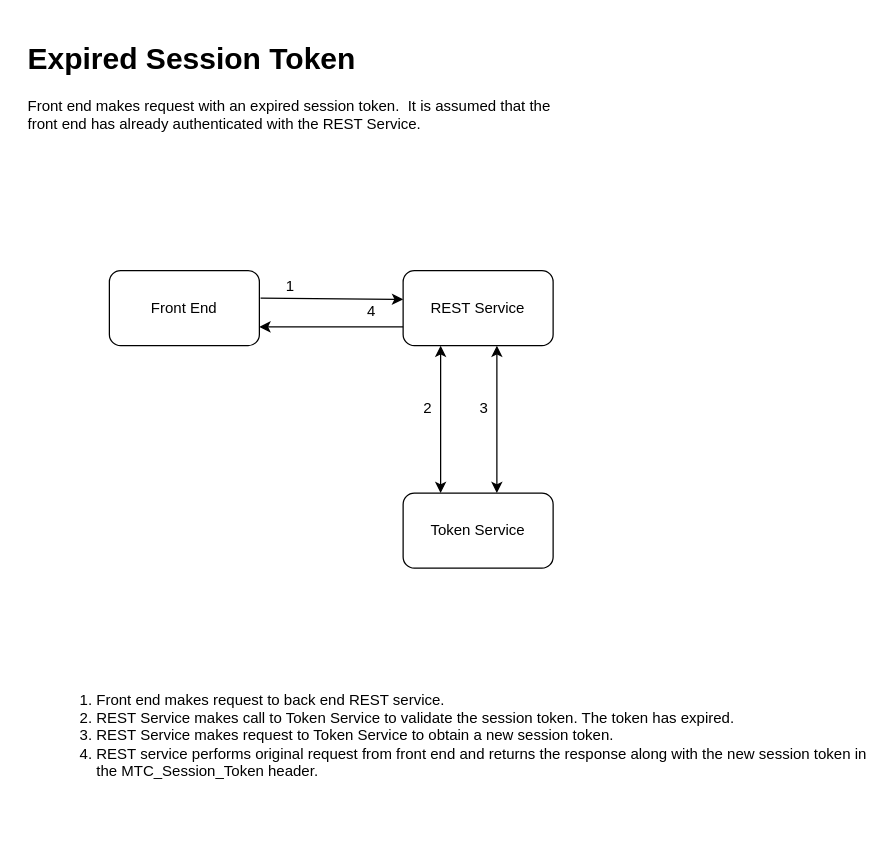
Above: page "Page-4" (4 of 7) of SessionTokenFlow.drawio in bbarrington42/token-service-flows (draw.io), before the change. Source tidied: cells renumbered, new cells numbered last; positions are measured from the earlier drawing's top-left corner, leaving out a move shared by most shapes. Both pictures are drawn from the tidied source at 125%, with x=0, y=0 at pixel (21, 34).
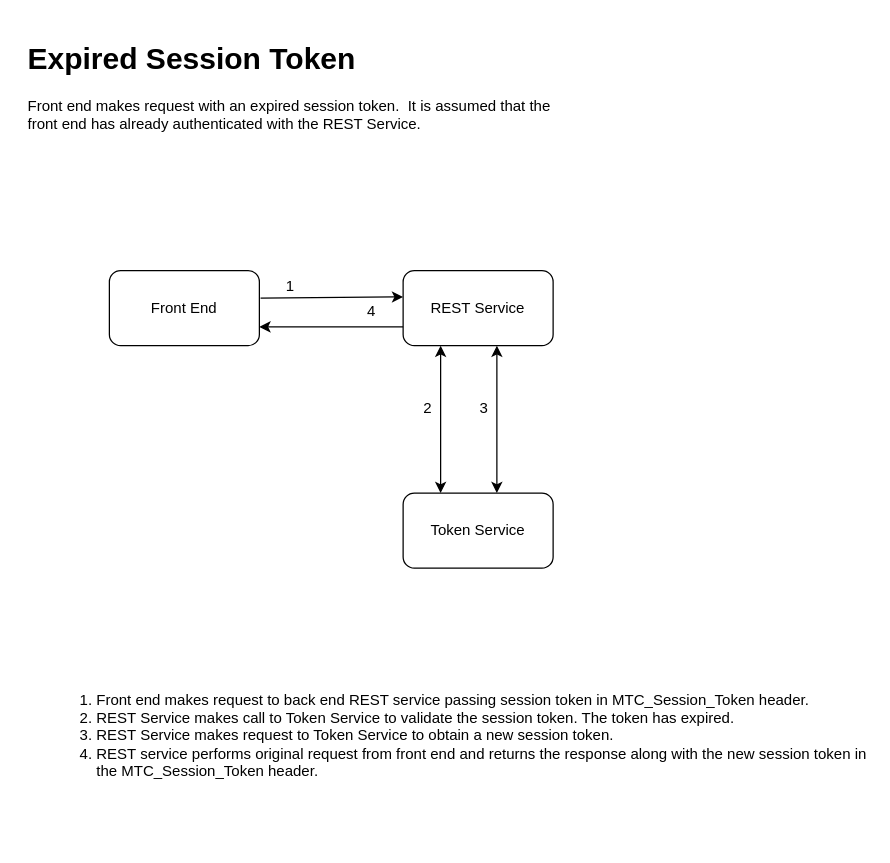
The same diagram, later.

Change to the diagram source:
```diff
@@
 <mxGraphModel>
   <root>
     <mxCell id="0" />
     <mxCell id="1" parent="0" />
-    <mxCell id="2" value="&lt;ol&gt;&lt;li&gt;Front end makes request to back end REST service.&lt;/li&gt;&lt;li&gt;REST Service makes call to Token Service to validate the session token. The token has expired.&lt;/li&gt;&lt;li&gt;REST Service makes request to Token Service to obtain a new session token.&lt;/li&gt;&lt;li&gt;REST service performs original request from front end and returns the response along with the new session token in the MTC_Session_Token header.&amp;nbsp;&lt;/li&gt;&lt;/ol&gt;" style="text;strokeColor=none;fillColor=none;html=1;whiteSpace=wrap;verticalAlign=middle;overflow=hidden;" parent="1" vertex="1">
+    <mxCell id="2" value="&lt;ol&gt;&lt;li&gt;Front end makes request to back end REST service passing session token in MTC_Session_Token header.&lt;/li&gt;&lt;li&gt;REST Service makes call to Token Service to validate the session token. The token has expired.&lt;/li&gt;&lt;li&gt;REST Service makes request to Token Service to obtain a new session token.&lt;/li&gt;&lt;li&gt;REST service performs original request from front end and returns the response along with the new session token in the MTC_Session_Token header.&amp;nbsp;&lt;/li&gt;&lt;/ol&gt;" style="text;strokeColor=none;fillColor=none;html=1;whiteSpace=wrap;verticalAlign=middle;overflow=hidden;" parent="1" vertex="1">
       <mxGeometry x="18" y="476" width="660" height="170" as="geometry" />
     </mxCell>
     <mxCell id="3" value="&lt;h1&gt;Expired Session Token&lt;/h1&gt;&lt;div&gt;Front end makes request with an expired session token.&amp;nbsp; It is assumed that the front end has already authenticated with the REST Service.&lt;/div&gt;" style="text;html=1;strokeColor=none;fillColor=none;spacing=5;spacingTop=-20;whiteSpace=wrap;overflow=hidden;rounded=0;" parent="1" vertex="1">
       <mxGeometry width="428" height="120" as="geometry" />
     </mxCell>
     <mxCell id="4" style="group;" parent="1" vertex="1">
       <mxGeometry x="70" y="189" width="355" height="238" as="geometry" />
     </mxCell>
     <mxCell id="5" value="Front End" style="rounded=1;whiteSpace=wrap;html=1;" parent="4" vertex="1">
       <mxGeometry width="120" height="60" as="geometry" />
     </mxCell>
     <mxCell id="6" value="REST Service" style="rounded=1;whiteSpace=wrap;html=1;" parent="4" vertex="1">
       <mxGeometry x="235" width="120" height="60" as="geometry" />
     </mxCell>
     <mxCell id="7" value="Token Service" style="rounded=1;whiteSpace=wrap;html=1;" parent="4" vertex="1">
       <mxGeometry x="235" y="178" width="120" height="60" as="geometry" />
     </mxCell>
-    <mxCell id="8" style="endArrow=classic;html=1;entryX=0;entryY=0.383;entryDx=0;entryDy=0;entryPerimeter=0;exitX=1.008;exitY=0.367;exitDx=0;exitDy=0;exitPerimeter=0;" parent="4" edge="1" source="5" target="6">
-      <mxGeometry relative="1" as="geometry" />
+    <mxCell id="8" style="endArrow=classic;html=1;exitX=1.008;exitY=0.367;exitDx=0;exitDy=0;exitPerimeter=0;" parent="4" edge="1" source="5">
+      <mxGeometry relative="1" as="geometry">
+        <mxPoint x="235" y="21" as="targetPoint" />
+      </mxGeometry>
     </mxCell>
     <mxCell id="9" value="1" style="text;html=1;strokeColor=none;fillColor=none;align=center;verticalAlign=middle;whiteSpace=wrap;rounded=0;" parent="4" vertex="1">
       <mxGeometry x="125" y="3" width="40" height="20" as="geometry" />
     </mxCell>
     <mxCell id="10" style="group;" parent="4" vertex="1">
       <mxGeometry x="235" y="100" width="40" height="20" as="geometry" />
     </mxCell>
     <mxCell id="11" value="2" style="text;html=1;strokeColor=none;fillColor=none;align=center;verticalAlign=middle;whiteSpace=wrap;rounded=0;" parent="10" vertex="1">
       <mxGeometry width="40" height="20" as="geometry" />
     </mxCell>
     <mxCell id="12" style="endArrow=classic;html=1;entryX=1;entryY=0.75;entryDx=0;entryDy=0;exitX=0;exitY=0.75;exitDx=0;exitDy=0;" parent="4" edge="1" source="6" target="5">
       <mxGeometry relative="1" as="geometry" />
     </mxCell>
     <mxCell id="13" value="4" style="text;html=1;strokeColor=none;fillColor=none;align=center;verticalAlign=middle;whiteSpace=wrap;rounded=0;" parent="4" vertex="1">
       <mxGeometry x="190" y="23" width="40" height="20" as="geometry" />
     </mxCell>
     <mxCell id="14" style="endArrow=classic;startArrow=classic;html=1;entryX=0.25;entryY=1;entryDx=0;entryDy=0;exitX=0.25;exitY=0;exitDx=0;exitDy=0;" parent="4" edge="1" source="7" target="6">
       <mxGeometry relative="1" as="geometry" />
     </mxCell>
     <mxCell id="15" style="endArrow=classic;startArrow=classic;html=1;entryX=0.25;entryY=1;entryDx=0;entryDy=0;exitX=0.25;exitY=0;exitDx=0;exitDy=0;" parent="4" edge="1">
       <mxGeometry relative="1" as="geometry">
         <mxPoint x="310" y="178" as="sourcePoint" />
         <mxPoint x="310" y="60" as="targetPoint" />
       </mxGeometry>
     </mxCell>
     <mxCell id="16" style="group;" parent="4" vertex="1">
       <mxGeometry x="280" y="100" width="40" height="20" as="geometry" />
     </mxCell>
     <mxCell id="17" value="3" style="text;html=1;strokeColor=none;fillColor=none;align=center;verticalAlign=middle;whiteSpace=wrap;rounded=0;" parent="16" vertex="1">
       <mxGeometry width="40" height="20" as="geometry" />
     </mxCell>
   </root>
 </mxGraphModel>
```
